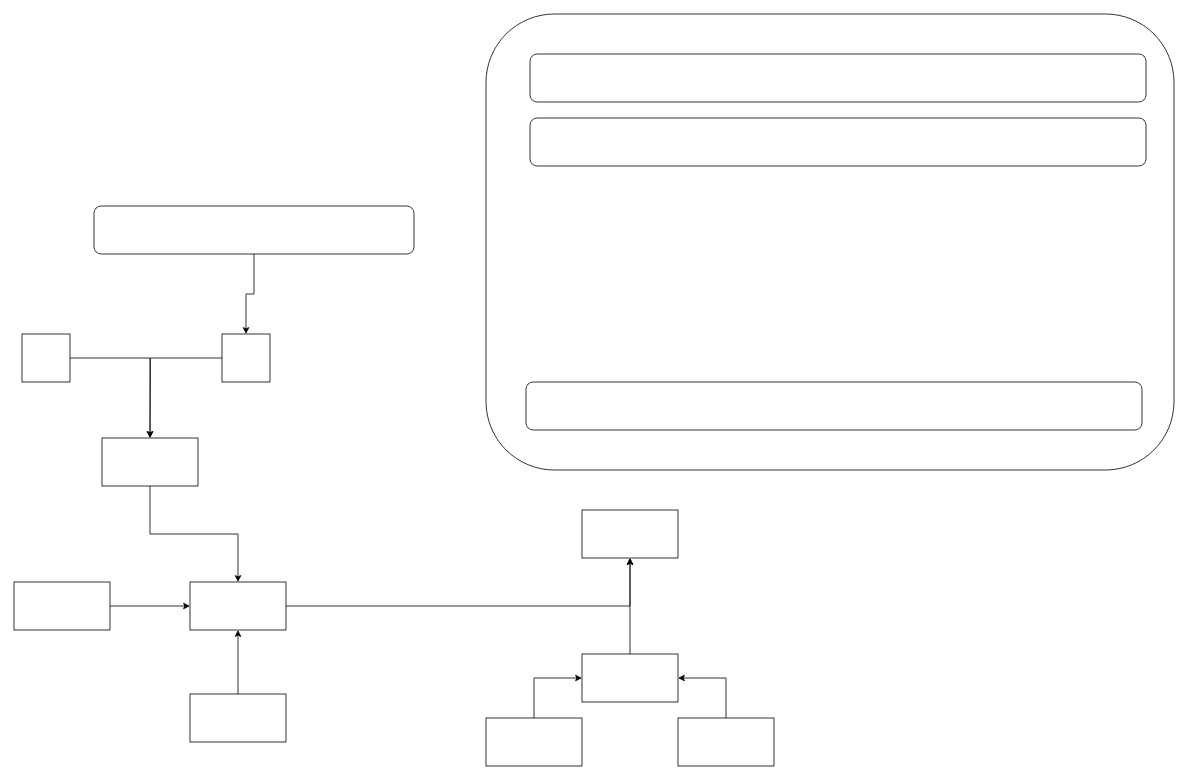
This is 未命名绘图.drawio from Kirovsiki/AI-PUSH-FOR-AI-paint, a draw.io file, before an edit. Source tidied: cells renumbered, new cells numbered last; positions are measured from the earlier drawing's top-left corner, leaving out a move shared by most shapes. Both pictures are drawn from the tidied source at 80%, with x=0, y=0 at pixel (14, 14).
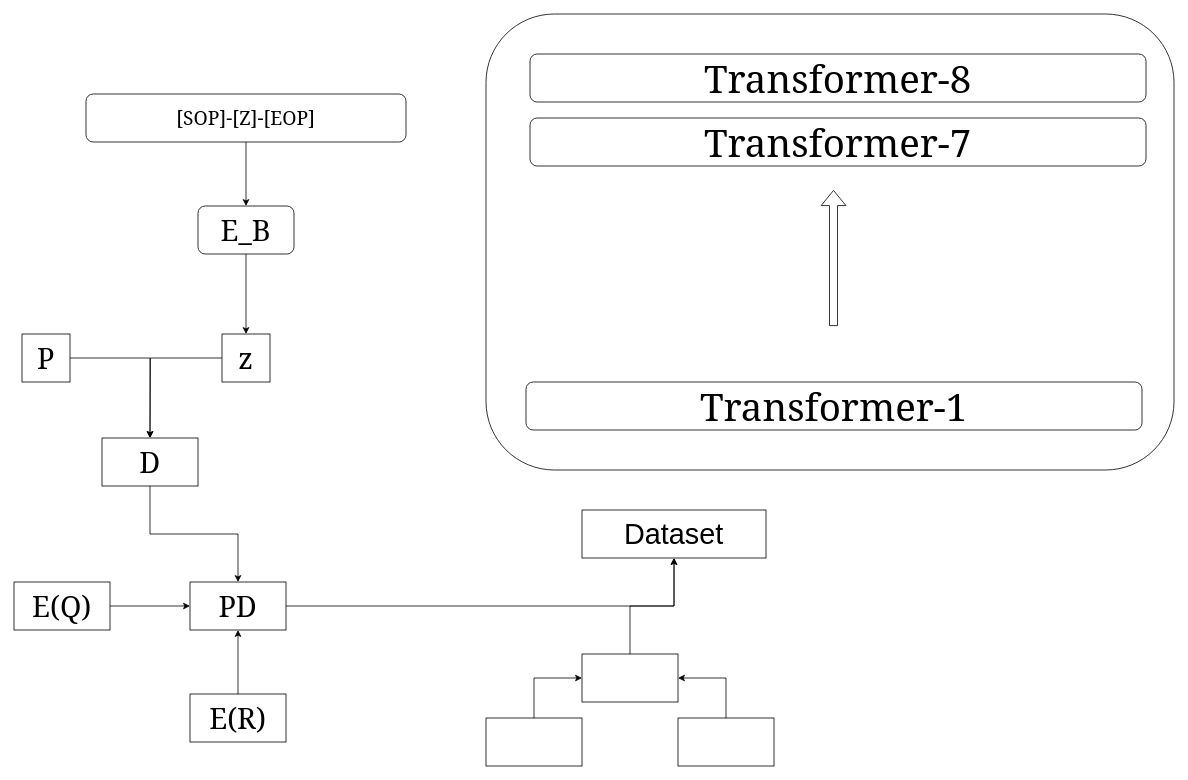
The same page after the edit.

Commit message (it also covers changes not shown here):
更新未命名绘图.drawio

What changed in the source:
```diff
@@
-    <mxCell id="3" style="rounded=1;whiteSpace=wrap;html=1;" parent="1" vertex="1">
+    <mxCell id="3" value="&lt;font face=&quot;Georgia&quot; style=&quot;font-size: 48px;&quot;&gt;Transformer-1&lt;/font&gt;" style="rounded=1;whiteSpace=wrap;html=1;" parent="1" vertex="1">
       <mxGeometry x="640" y="460" width="770" height="60" as="geometry" />
     </mxCell>
-    <mxCell id="4" style="rounded=1;whiteSpace=wrap;html=1;" parent="1" vertex="1">
+    <mxCell id="4" value="&lt;font face=&quot;Georgia&quot; style=&quot;font-size: 48px;&quot;&gt;Transformer-7&lt;/font&gt;" style="rounded=1;whiteSpace=wrap;html=1;" parent="1" vertex="1">
       <mxGeometry x="645" y="130" width="770" height="60" as="geometry" />
     </mxCell>
-    <mxCell id="5" style="rounded=1;whiteSpace=wrap;html=1;" parent="1" vertex="1">
+    <mxCell id="5" value="&lt;font face=&quot;Georgia&quot; style=&quot;font-size: 48px;&quot;&gt;Transformer-8&lt;/font&gt;" style="rounded=1;whiteSpace=wrap;html=1;" parent="1" vertex="1">
       <mxGeometry x="645" y="50" width="770" height="60" as="geometry" />
     </mxCell>
@@
-    <mxCell id="13" style="rounded=0;whiteSpace=wrap;html=1;" parent="1" vertex="1">
+    <mxCell id="13" value="&lt;font face=&quot;Georgia&quot; style=&quot;font-size: 36px;&quot;&gt;PD&lt;/font&gt;" style="rounded=0;whiteSpace=wrap;html=1;" parent="1" vertex="1">
       <mxGeometry x="220" y="710" width="120" height="60" as="geometry" />
     </mxCell>
-    <mxCell id="14" style="whiteSpace=wrap;html=1;rounded=0;" parent="1" vertex="1">
-      <mxGeometry x="710" y="620" width="120" height="60" as="geometry" />
+    <mxCell id="14" value="&lt;font style=&quot;font-size: 36px;&quot;&gt;Dataset&lt;/font&gt;" style="whiteSpace=wrap;html=1;rounded=0;" parent="1" vertex="1">
+      <mxGeometry x="710" y="620" width="230" height="60" as="geometry" />
     </mxCell>
@@
-    <mxCell id="16" style="rounded=0;whiteSpace=wrap;html=1;" parent="1" vertex="1">
+    <mxCell id="16" value="&lt;font face=&quot;Georgia&quot; style=&quot;font-size: 36px;&quot;&gt;D&lt;/font&gt;" style="rounded=0;whiteSpace=wrap;html=1;" parent="1" vertex="1">
       <mxGeometry x="110" y="530" width="120" height="60" as="geometry" />
     </mxCell>
@@
-    <mxCell id="18" style="rounded=0;whiteSpace=wrap;html=1;" parent="1" vertex="1">
+    <mxCell id="18" value="&lt;font face=&quot;Georgia&quot; style=&quot;font-size: 36px;&quot;&gt;P&lt;/font&gt;" style="rounded=0;whiteSpace=wrap;html=1;" parent="1" vertex="1">
       <mxGeometry x="10" y="400" width="60" height="60" as="geometry" />
     </mxCell>
@@
-    <mxCell id="20" style="rounded=0;whiteSpace=wrap;html=1;" parent="1" vertex="1">
+    <mxCell id="20" value="&lt;font face=&quot;Georgia&quot; style=&quot;font-size: 36px;&quot;&gt;z&lt;/font&gt;" style="rounded=0;whiteSpace=wrap;html=1;" parent="1" vertex="1">
       <mxGeometry x="260" y="400" width="60" height="60" as="geometry" />
     </mxCell>
@@
-    <mxCell id="22" style="rounded=0;whiteSpace=wrap;html=1;" parent="1" vertex="1">
+    <mxCell id="22" value="&lt;font face=&quot;Georgia&quot; style=&quot;font-size: 36px;&quot;&gt;E(Q)&lt;/font&gt;" style="rounded=0;whiteSpace=wrap;html=1;" parent="1" vertex="1">
       <mxGeometry y="710" width="120" height="60" as="geometry" />
     </mxCell>
@@
-    <mxCell id="24" style="rounded=0;whiteSpace=wrap;html=1;" parent="1" vertex="1">
+    <mxCell id="24" value="&lt;font face=&quot;Georgia&quot; style=&quot;font-size: 36px;&quot;&gt;E(R)&lt;/font&gt;" style="rounded=0;whiteSpace=wrap;html=1;" parent="1" vertex="1">
       <mxGeometry x="220" y="850" width="120" height="60" as="geometry" />
     </mxCell>
-    <mxCell id="25" style="edgeStyle=orthogonalEdgeStyle;rounded=0;jettySize=auto;html=1;entryX=0.5;entryY=0;entryDx=0;entryDy=0;" parent="1" edge="1" source="26" target="20">
-      <mxGeometry relative="1" as="geometry" />
-    </mxCell>
+    <mxCell id="27" style="edgeStyle=orthogonalEdgeStyle;rounded=0;jettySize=auto;html=1;" parent="1" edge="1" source="26" target="30">
+      <mxGeometry relative="1" as="geometry" />
+    </mxCell>
-    <mxCell id="26" style="rounded=1;whiteSpace=wrap;html=1;" parent="1" vertex="1">
-      <mxGeometry x="100" y="240" width="400" height="60" as="geometry" />
+    <mxCell id="26" value="&lt;font face=&quot;Georgia&quot; style=&quot;font-size: 24px;&quot;&gt;[SOP]-[Z]-[EOP]&lt;/font&gt;" style="rounded=1;whiteSpace=wrap;html=1;" parent="1" vertex="1">
+      <mxGeometry x="90" y="100" width="400" height="60" as="geometry" />
     </mxCell>
+    <mxCell id="28" style="shape=flexArrow;endArrow=classic;html=1;rounded=0;" parent="1" edge="1">
+      <mxGeometry relative="1" as="geometry">
+        <mxPoint x="1024.4" y="390" as="sourcePoint" />
+        <mxPoint x="1024.4" y="220" as="targetPoint" />
+      </mxGeometry>
+    </mxCell>
+    <mxCell id="29" style="edgeStyle=orthogonalEdgeStyle;rounded=0;jettySize=auto;html=1;entryX=0.5;entryY=0;entryDx=0;entryDy=0;" parent="1" edge="1" source="30" target="20">
+      <mxGeometry relative="1" as="geometry" />
+    </mxCell>
+    <mxCell id="30" value="&lt;font face=&quot;Georgia&quot; style=&quot;font-size: 36px;&quot;&gt;E_B&lt;/font&gt;" style="whiteSpace=wrap;html=1;rounded=1;" parent="1" vertex="1">
+      <mxGeometry x="230" y="240" width="120" height="60" as="geometry" />
+    </mxCell>
```
